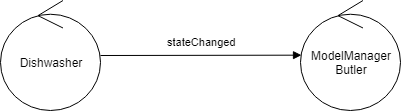
Above: Relazioni/images/analisi/DishwasherModelButlerArchitecture.png in xAlessandroC/iss2019TemaFinale (draw.io), before the change. Source tidied: cells renumbered, new cells last; positions are measured from the earlier drawing's top-left corner, leaving out a move shared by most shapes. The source it was exported from:
```xml
<mxGraphModel>
  <root>
    <mxCell id="0" />
    <mxCell id="1" parent="0" />
    <mxCell id="2" value="Dishwasher" style="ellipse;shape=umlControl;whiteSpace=wrap;html=1;" parent="1" vertex="1">
      <mxGeometry width="100" height="110" as="geometry" />
    </mxCell>
    <mxCell id="3" value="ModelManager&lt;br&gt;Butler" style="ellipse;shape=umlControl;whiteSpace=wrap;html=1;" parent="1" vertex="1">
      <mxGeometry x="300" width="100" height="110" as="geometry" />
    </mxCell>
    <mxCell id="4" value="stateChanged" style="html=1;verticalAlign=bottom;endArrow=block;entryX=0.01;entryY=0.497;entryDx=0;entryDy=0;entryPerimeter=0;" parent="1" edge="1" source="2" target="3">
      <mxGeometry x="0.02" y="5" relative="1" as="geometry" />
    </mxCell>
  </root>
</mxGraphModel>
```
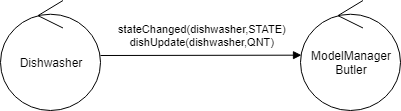
Later version of the same file.

The edit, as a diff of the source:
```diff
@@ -8,7 +8,7 @@
     <mxCell id="3" value="ModelManager&lt;br&gt;Butler" style="ellipse;shape=umlControl;whiteSpace=wrap;html=1;" parent="1" vertex="1">
       <mxGeometry x="300" width="100" height="110" as="geometry" />
     </mxCell>
-    <mxCell id="4" value="stateChanged" style="html=1;verticalAlign=bottom;endArrow=block;entryX=0.01;entryY=0.497;entryDx=0;entryDy=0;entryPerimeter=0;" parent="1" edge="1" source="2" target="3">
+    <mxCell id="4" value="stateChanged(dishwasher,STATE)&lt;br&gt;dishUpdate(dishwasher,QNT)" style="html=1;verticalAlign=bottom;endArrow=block;entryX=0.01;entryY=0.497;entryDx=0;entryDy=0;entryPerimeter=0;" parent="1" edge="1" source="2" target="3">
       <mxGeometry x="0.02" y="5" relative="1" as="geometry" />
     </mxCell>
   </root>
```
